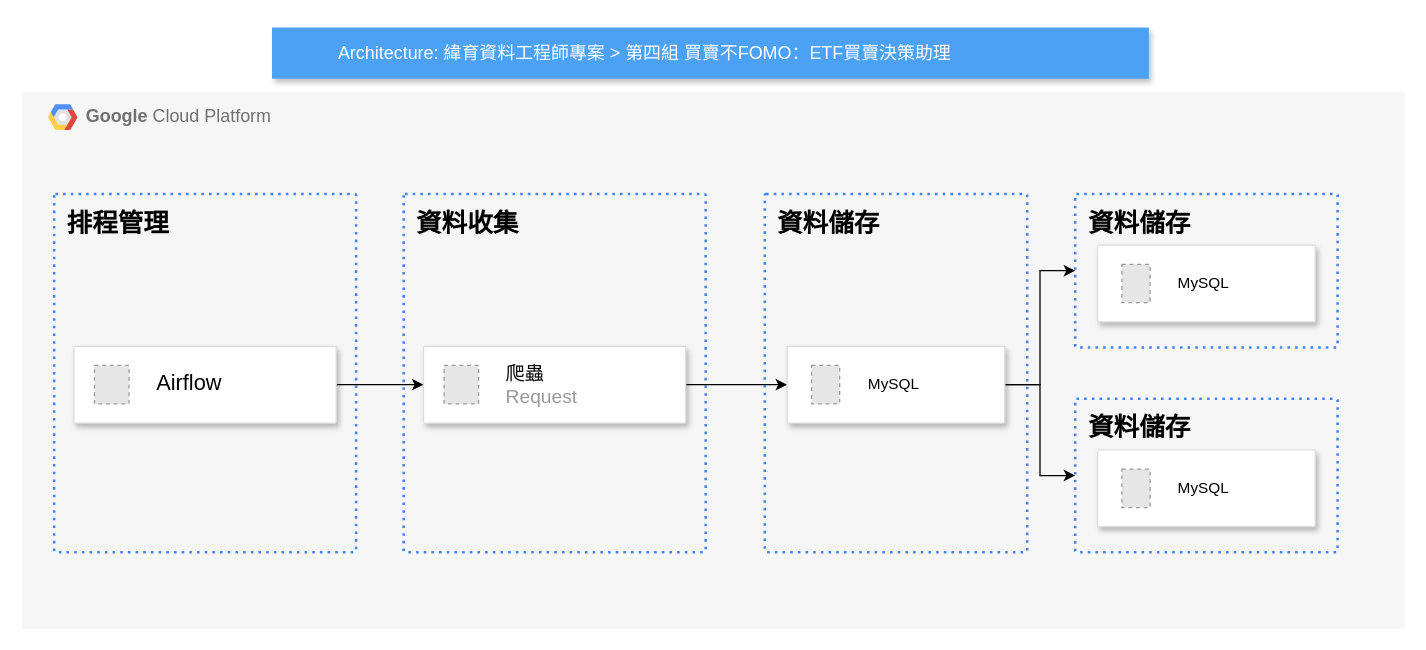
The draw.io diagram vo.drawio in JeremyJHAO/diagramss, before the edit. Source tidied: cells renumbered, new cells numbered last; positions are measured from the earlier drawing's top-left corner, leaving out a move shared by most shapes. Both pictures are drawn from the tidied source at 128%, with x=0, y=0 at pixel (22, 27). Pictures stored in the file or linked from it are replaced by grey dashed boxes.
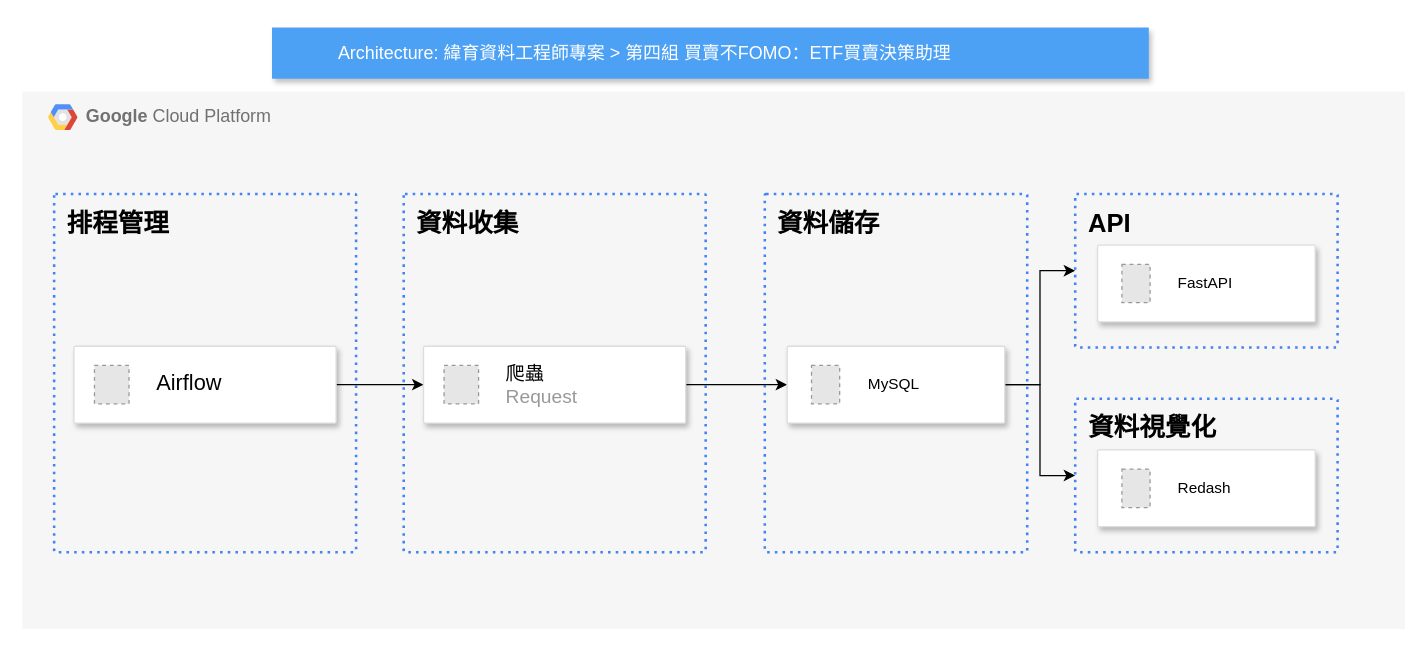
The same page after the edit.

Unchanged cells that the change refers to:
```xml
<mxCell id="2" value="&lt;b&gt;Google &lt;/b&gt;Cloud Platform" style="fillColor=#F6F6F6;strokeColor=none;shadow=0;gradientColor=none;fontSize=14;align=left;spacing=10;fontColor=#717171;9E9E9E;verticalAlign=top;spacingTop=-4;fontStyle=0;spacingLeft=40;html=1;" parent="1" vertex="1">
  <mxGeometry y="50" width="1080" height="420" as="geometry" />
</mxCell>
<mxCell id="18" style="strokeColor=#dddddd;shadow=1;strokeWidth=1;rounded=1;absoluteArcSize=1;arcSize=2;" parent="2" vertex="1">
  <mxGeometry x="840" y="120" width="170" height="60" as="geometry" />
</mxCell>
<mxCell id="21" style="strokeColor=#dddddd;shadow=1;strokeWidth=1;rounded=1;absoluteArcSize=1;arcSize=2;" parent="2" vertex="1">
  <mxGeometry x="840" y="280" width="170" height="60" as="geometry" />
</mxCell>
```

Diff of the diagram source:
```diff
@@
-    <mxCell id="17" value="&lt;font style=&quot;color: rgb(0, 0, 0); font-size: 20px;&quot;&gt;&lt;b&gt;資料儲存&lt;/b&gt;&lt;/font&gt;" style="rounded=1;absoluteArcSize=1;arcSize=2;html=1;strokeColor=#4284F3;gradientColor=none;shadow=0;dashed=1;fontSize=12;fontColor=#9E9E9E;align=left;verticalAlign=top;spacing=10;spacingTop=-4;fillColor=none;dashPattern=1 2;strokeWidth=2;" parent="2" vertex="1">
+    <mxCell id="17" value="&lt;font color=&quot;#000000&quot;&gt;&lt;span style=&quot;font-size: 20px;&quot;&gt;&lt;b&gt;API&lt;/b&gt;&lt;/span&gt;&lt;/font&gt;" style="rounded=1;absoluteArcSize=1;arcSize=2;html=1;strokeColor=#4284F3;gradientColor=none;shadow=0;dashed=1;fontSize=12;fontColor=#9E9E9E;align=left;verticalAlign=top;spacing=10;spacingTop=-4;fillColor=none;dashPattern=1 2;strokeWidth=2;" parent="2" vertex="1">
       <mxGeometry x="822.5" y="80" width="205" height="120" as="geometry" />
     </mxCell>
@@
-    <mxCell id="19" value="&lt;font color=&quot;#000000&quot;&gt;MySQL&lt;/font&gt;" style="fillColor=#E6E6E6;strokeColor=#999999;dashed=1;html=1;fontColor=#999999;verticalLabelPosition=middle;verticalAlign=middle;labelPosition=right;align=left;spacingLeft=20;" parent="18" vertex="1">
+    <mxCell id="19" value="&lt;font color=&quot;#000000&quot;&gt;FastAPI&lt;/font&gt;" style="fillColor=#E6E6E6;strokeColor=#999999;dashed=1;html=1;fontColor=#999999;verticalLabelPosition=middle;verticalAlign=middle;labelPosition=right;align=left;spacingLeft=20;" parent="18" vertex="1">
       <mxGeometry width="22" height="30" relative="1" as="geometry">
         <mxPoint x="19" y="15" as="offset" />
       </mxGeometry>
     </mxCell>
-    <mxCell id="20" value="&lt;font style=&quot;color: rgb(0, 0, 0); font-size: 20px;&quot;&gt;&lt;b&gt;資料儲存&lt;/b&gt;&lt;/font&gt;" style="rounded=1;absoluteArcSize=1;arcSize=2;html=1;strokeColor=#4284F3;gradientColor=none;shadow=0;dashed=1;fontSize=12;fontColor=#9E9E9E;align=left;verticalAlign=top;spacing=10;spacingTop=-4;fillColor=none;dashPattern=1 2;strokeWidth=2;" parent="2" vertex="1">
+    <mxCell id="20" value="&lt;font style=&quot;color: rgb(0, 0, 0); font-size: 20px;&quot;&gt;&lt;b&gt;資料視覺化&lt;/b&gt;&lt;/font&gt;" style="rounded=1;absoluteArcSize=1;arcSize=2;html=1;strokeColor=#4284F3;gradientColor=none;shadow=0;dashed=1;fontSize=12;fontColor=#9E9E9E;align=left;verticalAlign=top;spacing=10;spacingTop=-4;fillColor=none;dashPattern=1 2;strokeWidth=2;" parent="2" vertex="1">
       <mxGeometry x="822.5" y="240" width="205" height="120" as="geometry" />
     </mxCell>
@@
-    <mxCell id="22" value="&lt;font color=&quot;#000000&quot;&gt;MySQL&lt;/font&gt;" style="fillColor=#E6E6E6;strokeColor=#999999;dashed=1;html=1;fontColor=#999999;verticalLabelPosition=middle;verticalAlign=middle;labelPosition=right;align=left;spacingLeft=20;" parent="21" vertex="1">
+    <mxCell id="22" value="&lt;font color=&quot;#000000&quot;&gt;Redash&lt;/font&gt;" style="fillColor=#E6E6E6;strokeColor=#999999;dashed=1;html=1;fontColor=#999999;verticalLabelPosition=middle;verticalAlign=middle;labelPosition=right;align=left;spacingLeft=20;" parent="21" vertex="1">
       <mxGeometry width="22" height="30" relative="1" as="geometry">
         <mxPoint x="19" y="15" as="offset" />
       </mxGeometry>
     </mxCell>
```
